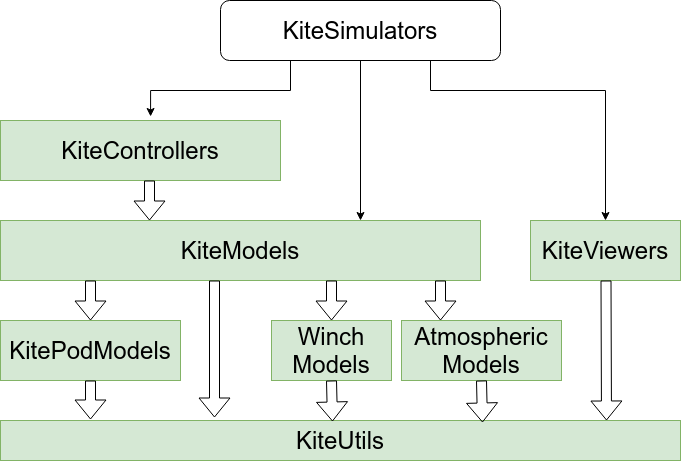
Before: docs/src/kite_power_tools.png, a diagram exported from draw.io (ufechner7/KiteModels.jl). Source tidied: cells renumbered, new cells last; positions are measured from the earlier drawing's top-left corner, leaving out a move shared by most shapes.
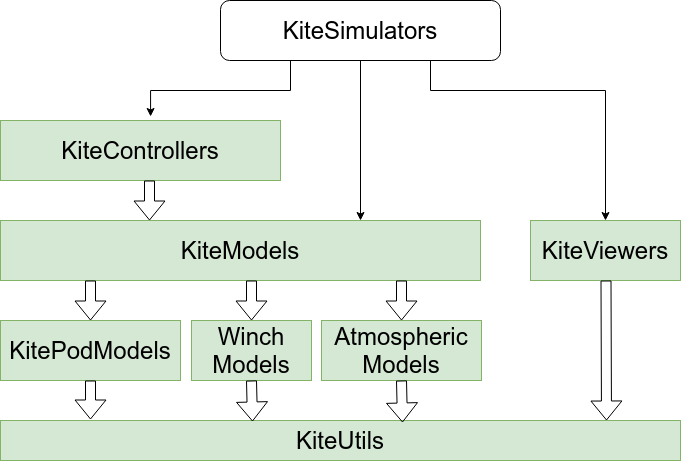
The same file after the commit.

The edit, as a diff of the source:
```diff
@@ -14,19 +14,19 @@
       </mxGeometry>
     </mxCell>
     <mxCell id="5" value="Winch&lt;br&gt;Models" style="rounded=0;whiteSpace=wrap;html=1;fontSize=24;fillColor=#d5e8d4;strokeColor=#82b366;" parent="1" vertex="1">
-      <mxGeometry x="271" y="320" width="120" height="60" as="geometry" />
+      <mxGeometry x="191" y="320" width="120" height="60" as="geometry" />
     </mxCell>
     <mxCell id="6" value="Atmospheric&lt;br&gt;Models" style="rounded=0;whiteSpace=wrap;html=1;fontSize=24;fillColor=#d5e8d4;strokeColor=#82b366;" parent="1" vertex="1">
-      <mxGeometry x="401" y="320" width="160" height="60" as="geometry" />
+      <mxGeometry x="321" y="320" width="160" height="60" as="geometry" />
     </mxCell>
     <mxCell id="7" style="shape=flexArrow;endArrow=classic;html=1;fontSize=24;exitX=0.5;exitY=1;exitDx=0;exitDy=0;" parent="1" edge="1" source="5">
       <mxGeometry relative="1" as="geometry">
-        <mxPoint x="332" y="421" as="targetPoint" />
+        <mxPoint x="252" y="421" as="targetPoint" />
       </mxGeometry>
     </mxCell>
     <mxCell id="8" style="shape=flexArrow;endArrow=classic;html=1;fontSize=24;exitX=0.5;exitY=1;exitDx=0;exitDy=0;" parent="1" edge="1" source="6">
       <mxGeometry relative="1" as="geometry">
-        <mxPoint x="482" y="422" as="targetPoint" />
+        <mxPoint x="402" y="422" as="targetPoint" />
       </mxGeometry>
     </mxCell>
     <mxCell id="9" value="KiteModels" style="rounded=0;whiteSpace=wrap;html=1;fontSize=24;fillColor=#d5e8d4;strokeColor=#82b366;" parent="1" vertex="1">
@@ -43,15 +43,9 @@
         <mxPoint x="90" y="280" as="sourcePoint" />
       </mxGeometry>
     </mxCell>
-    <mxCell id="13" style="shape=flexArrow;endArrow=classic;html=1;fontSize=24;entryX=0.375;entryY=-0.075;entryDx=0;entryDy=0;entryPerimeter=0;" parent="1" edge="1">
-      <mxGeometry relative="1" as="geometry">
-        <mxPoint x="214" y="280" as="sourcePoint" />
-        <mxPoint x="214" y="417" as="targetPoint" />
-      </mxGeometry>
-    </mxCell>
     <mxCell id="14" style="shape=flexArrow;endArrow=classic;html=1;fontSize=24;entryX=0.5;entryY=0;entryDx=0;entryDy=0;" parent="1" edge="1" target="5">
       <mxGeometry relative="1" as="geometry">
-        <mxPoint x="331" y="280" as="sourcePoint" />
+        <mxPoint x="251" y="280" as="sourcePoint" />
       </mxGeometry>
     </mxCell>
     <mxCell id="15" style="shape=flexArrow;endArrow=classic;html=1;fontSize=24;exitX=0.5;exitY=1;exitDx=0;exitDy=0;" parent="1" edge="1">
@@ -62,8 +56,8 @@
     </mxCell>
     <mxCell id="16" style="shape=flexArrow;endArrow=classic;html=1;fontSize=24;" parent="1" edge="1">
       <mxGeometry relative="1" as="geometry">
-        <mxPoint x="440" y="280" as="sourcePoint" />
-        <mxPoint x="440" y="320" as="targetPoint" />
+        <mxPoint x="401" y="280" as="sourcePoint" />
+        <mxPoint x="401" y="320" as="targetPoint" />
       </mxGeometry>
     </mxCell>
     <mxCell id="17" style="shape=flexArrow;endArrow=classic;html=1;fontSize=24;" parent="1" edge="1">
```
